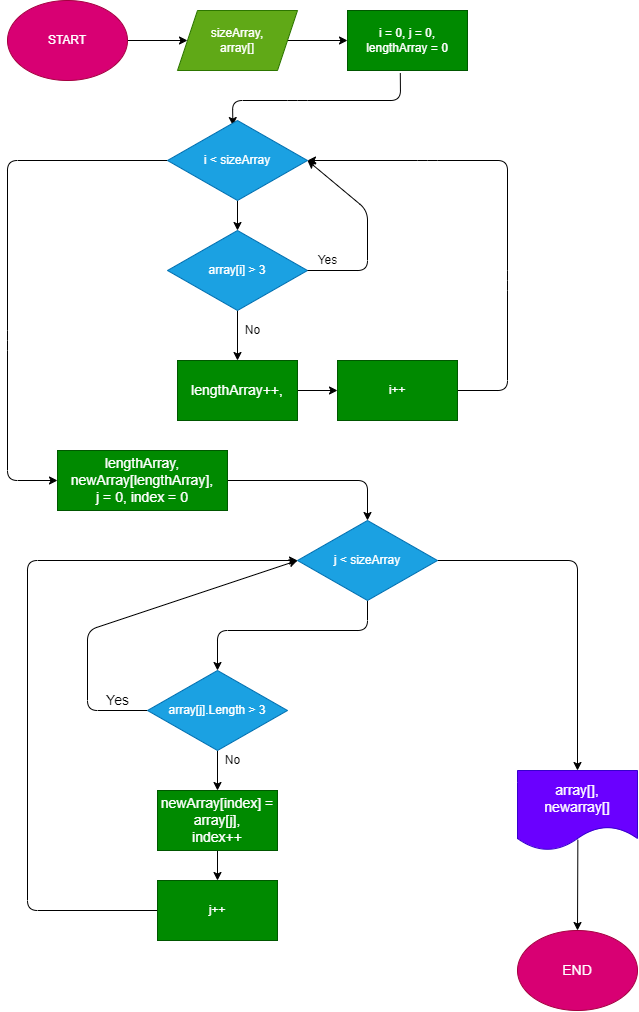
Above: scheme.drawio.png in AlexCh1975/FinalTask (draw.io), before the change. Source tidied: cells renumbered, new cells last; positions are measured from the earlier drawing's top-left corner, leaving out a move shared by most shapes.
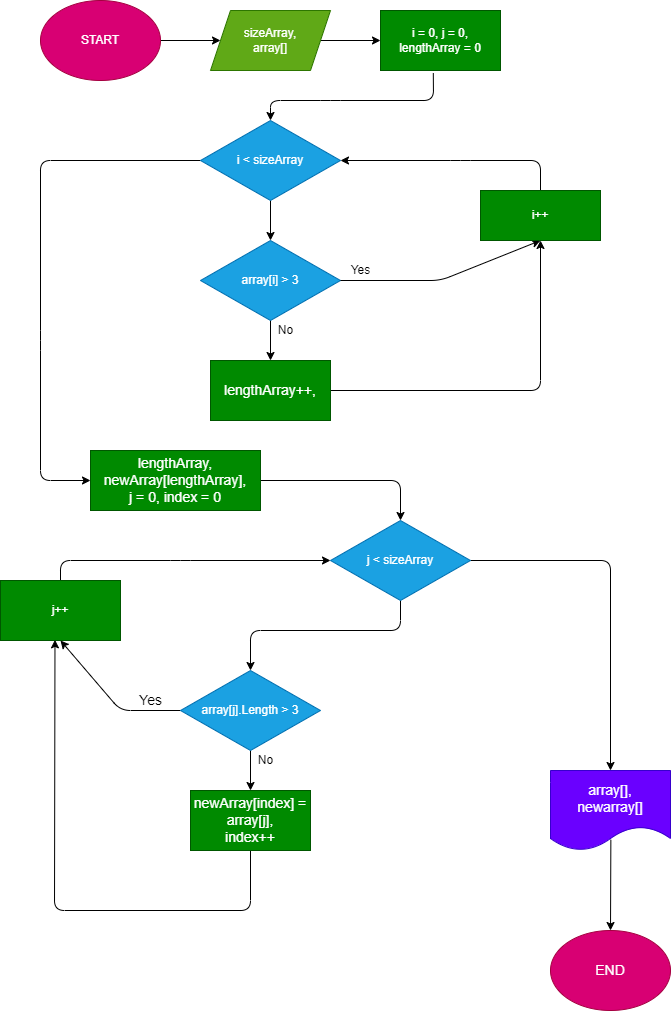
The same diagram one commit later.

Commit message:
change scheme (cycle counter)

What changed in the source:
```diff
@@ -14,22 +14,20 @@
     <mxCell id="5" value="sizeArray,&lt;br&gt;array[]" style="shape=parallelogram;perimeter=parallelogramPerimeter;whiteSpace=wrap;html=1;fixedSize=1;fillColor=#60a917;fontColor=#ffffff;strokeColor=#2D7600;" parent="1" vertex="1">
       <mxGeometry x="170" y="10" width="120" height="60" as="geometry" />
     </mxCell>
-    <mxCell id="6" style="edgeStyle=none;html=1;fontSize=14;entryX=0.467;entryY=0.063;entryDx=0;entryDy=0;entryPerimeter=0;exitX=0.44;exitY=1.042;exitDx=0;exitDy=0;exitPerimeter=0;" parent="1" edge="1" source="7" target="10">
+    <mxCell id="6" style="edgeStyle=none;html=1;fontSize=14;entryX=0.5;entryY=0;entryDx=0;entryDy=0;exitX=0.44;exitY=1.042;exitDx=0;exitDy=0;exitPerimeter=0;" parent="1" edge="1" source="7" target="10">
       <mxGeometry relative="1" as="geometry">
         <Array as="points">
           <mxPoint x="393" y="100" />
           <mxPoint x="290" y="100" />
-          <mxPoint x="225" y="100" />
+          <mxPoint x="230" y="100" />
         </Array>
       </mxGeometry>
     </mxCell>
     <mxCell id="7" value="i = 0, j = 0,&lt;br&gt;lengthArray = 0" style="rounded=0;whiteSpace=wrap;html=1;fillColor=#008a00;fontColor=#ffffff;strokeColor=#005700;" parent="1" vertex="1">
       <mxGeometry x="340" y="10" width="120" height="60" as="geometry" />
     </mxCell>
-    <mxCell id="8" style="edgeStyle=none;html=1;fontSize=14;" parent="1" edge="1" source="10">
-      <mxGeometry relative="1" as="geometry">
-        <mxPoint x="230" y="230" as="targetPoint" />
-      </mxGeometry>
+    <mxCell id="8" style="edgeStyle=none;html=1;fontSize=14;entryX=0.5;entryY=0;entryDx=0;entryDy=0;" parent="1" edge="1" source="10" target="15">
+      <mxGeometry relative="1" as="geometry" />
     </mxCell>
     <mxCell id="9" style="edgeStyle=none;html=1;entryX=0;entryY=0.5;entryDx=0;entryDy=0;fontSize=14;exitX=0;exitY=0.5;exitDx=0;exitDy=0;" parent="1" edge="1" source="10" target="25">
       <mxGeometry relative="1" as="geometry">
@@ -65,35 +63,30 @@
       <mxGeometry relative="1" as="geometry" />
     </mxCell>
     <mxCell id="15" value="array[i] &amp;gt; 3" style="rhombus;whiteSpace=wrap;html=1;fillColor=#1ba1e2;fontColor=#ffffff;strokeColor=#006EAF;" parent="1" vertex="1">
-      <mxGeometry x="160" y="230" width="140" height="80" as="geometry" />
+      <mxGeometry x="160" y="240" width="140" height="80" as="geometry" />
     </mxCell>
-    <mxCell id="16" style="edgeStyle=none;html=1;fontSize=14;" parent="1" edge="1" target="15">
-      <mxGeometry relative="1" as="geometry">
-        <mxPoint x="230" y="310" as="sourcePoint" />
-      </mxGeometry>
-    </mxCell>
-    <mxCell id="17" style="edgeStyle=none;html=1;entryX=1;entryY=0.5;entryDx=0;entryDy=0;fontSize=14;exitX=1;exitY=0.5;exitDx=0;exitDy=0;" parent="1" edge="1" target="10">
+    <mxCell id="17" style="edgeStyle=none;html=1;entryX=0.5;entryY=1;entryDx=0;entryDy=0;fontSize=14;exitX=1;exitY=0.5;exitDx=0;exitDy=0;" parent="1" edge="1" source="15" target="37">
       <mxGeometry relative="1" as="geometry">
-        <mxPoint x="300" y="270" as="sourcePoint" />
         <Array as="points">
-          <mxPoint x="360" y="270" />
-          <mxPoint x="360" y="210" />
+          <mxPoint x="400" y="280" />
         </Array>
       </mxGeometry>
     </mxCell>
-    <mxCell id="18" style="edgeStyle=none;html=1;exitX=1;exitY=0.5;exitDx=0;exitDy=0;" parent="1" edge="1" source="37">
+    <mxCell id="18" style="edgeStyle=none;html=1;exitX=0.5;exitY=0;exitDx=0;exitDy=0;" parent="1" edge="1" source="37">
       <mxGeometry relative="1" as="geometry">
         <mxPoint x="300" y="160" as="targetPoint" />
         <Array as="points">
-          <mxPoint x="500" y="390" />
-          <mxPoint x="500" y="280" />
           <mxPoint x="500" y="160" />
           <mxPoint x="420" y="160" />
         </Array>
       </mxGeometry>
     </mxCell>
-    <mxCell id="19" style="edgeStyle=none;html=1;" parent="1" edge="1" source="20" target="37">
-      <mxGeometry relative="1" as="geometry" />
+    <mxCell id="19" style="edgeStyle=none;html=1;entryX=0.5;entryY=1;entryDx=0;entryDy=0;exitX=1;exitY=0.5;exitDx=0;exitDy=0;" parent="1" edge="1" source="20" target="37">
+      <mxGeometry relative="1" as="geometry">
+        <Array as="points">
+          <mxPoint x="500" y="390" />
+        </Array>
+      </mxGeometry>
     </mxCell>
     <mxCell id="20" value="lengthArray++,&lt;br&gt;" style="rounded=0;whiteSpace=wrap;html=1;fontSize=14;fillColor=#008a00;fontColor=#ffffff;strokeColor=#005700;" parent="1" vertex="1">
       <mxGeometry x="170" y="360" width="120" height="60" as="geometry" />
@@ -101,11 +94,10 @@
     <mxCell id="21" style="edgeStyle=none;html=1;" parent="1" edge="1" source="23" target="28">
       <mxGeometry relative="1" as="geometry" />
     </mxCell>
-    <mxCell id="22" style="edgeStyle=none;html=1;entryX=0;entryY=0.5;entryDx=0;entryDy=0;exitX=0;exitY=0.5;exitDx=0;exitDy=0;" parent="1" edge="1" source="23" target="13">
+    <mxCell id="22" style="edgeStyle=none;html=1;entryX=0.5;entryY=1;entryDx=0;entryDy=0;exitX=0;exitY=0.5;exitDx=0;exitDy=0;" parent="1" edge="1" source="23" target="35">
       <mxGeometry relative="1" as="geometry">
         <Array as="points">
           <mxPoint x="80" y="710" />
-          <mxPoint x="80" y="630" />
         </Array>
       </mxGeometry>
     </mxCell>
@@ -122,17 +114,13 @@
     <mxCell id="25" value="lengthArray, newArray[lengthArray],&lt;br&gt;j = 0, index = 0" style="rounded=0;whiteSpace=wrap;html=1;fontSize=14;fillColor=#008a00;fontColor=#ffffff;strokeColor=#005700;" parent="1" vertex="1">
       <mxGeometry x="50" y="450" width="170" height="60" as="geometry" />
     </mxCell>
-    <mxCell id="26" style="edgeStyle=none;html=1;exitX=0;exitY=0.5;exitDx=0;exitDy=0;" parent="1" edge="1" source="35">
-      <mxGeometry relative="1" as="geometry">
-        <mxPoint x="290" y="560" as="targetPoint" />
-        <Array as="points">
-          <mxPoint x="20" y="910" />
-          <mxPoint x="20" y="560" />
-        </Array>
-      </mxGeometry>
-    </mxCell>
-    <mxCell id="27" style="edgeStyle=none;html=1;" parent="1" edge="1" source="28" target="35">
-      <mxGeometry relative="1" as="geometry" />
+    <mxCell id="27" style="edgeStyle=none;html=1;exitX=0.5;exitY=1;exitDx=0;exitDy=0;entryX=0.454;entryY=0.989;entryDx=0;entryDy=0;entryPerimeter=0;" parent="1" edge="1" source="28" target="35">
+      <mxGeometry relative="1" as="geometry">
+        <Array as="points">
+          <mxPoint x="210" y="910" />
+          <mxPoint x="14" y="910" />
+        </Array>
+      </mxGeometry>
     </mxCell>
     <mxCell id="28" value="newArray[index] = array[j],&lt;br&gt;index++" style="rounded=0;whiteSpace=wrap;html=1;fontSize=14;fillColor=#008a00;fontColor=#ffffff;strokeColor=#005700;" parent="1" vertex="1">
       <mxGeometry x="150" y="790" width="120" height="60" as="geometry" />
@@ -150,19 +138,27 @@
       <mxGeometry x="510" y="930" width="120" height="80" as="geometry" />
     </mxCell>
     <mxCell id="33" value="Yes" style="text;html=1;align=center;verticalAlign=middle;strokeColor=none;fillColor=none;" parent="1" vertex="1">
-      <mxGeometry x="300" y="250" width="40" height="20" as="geometry" />
+      <mxGeometry x="300" y="260" width="40" height="20" as="geometry" />
     </mxCell>
     <mxCell id="34" value="No" style="text;html=1;align=center;verticalAlign=middle;strokeColor=none;fillColor=none;" parent="1" vertex="1">
       <mxGeometry x="230" y="320" width="30" height="20" as="geometry" />
     </mxCell>
+    <mxCell id="38" style="edgeStyle=none;html=1;entryX=0;entryY=0.5;entryDx=0;entryDy=0;exitX=0.5;exitY=0;exitDx=0;exitDy=0;" parent="1" edge="1" source="35" target="13">
+      <mxGeometry relative="1" as="geometry">
+        <Array as="points">
+          <mxPoint x="20" y="560" />
+          <mxPoint x="140" y="560" />
+        </Array>
+      </mxGeometry>
+    </mxCell>
     <mxCell id="35" value="j++" style="rounded=0;whiteSpace=wrap;html=1;fillColor=#008a00;fontColor=#ffffff;strokeColor=#005700;" parent="1" vertex="1">
-      <mxGeometry x="150" y="880" width="120" height="60" as="geometry" />
+      <mxGeometry x="-40" y="580" width="120" height="60" as="geometry" />
     </mxCell>
     <mxCell id="36" value="No" style="text;html=1;align=center;verticalAlign=middle;strokeColor=none;fillColor=none;" parent="1" vertex="1">
       <mxGeometry x="210" y="750" width="30" height="20" as="geometry" />
     </mxCell>
     <mxCell id="37" value="i++" style="rounded=0;whiteSpace=wrap;html=1;fillColor=#008a00;fontColor=#ffffff;strokeColor=#005700;" parent="1" vertex="1">
-      <mxGeometry x="330" y="360" width="120" height="60" as="geometry" />
+      <mxGeometry x="440" y="190" width="120" height="50" as="geometry" />
     </mxCell>
   </root>
 </mxGraphModel>
```
